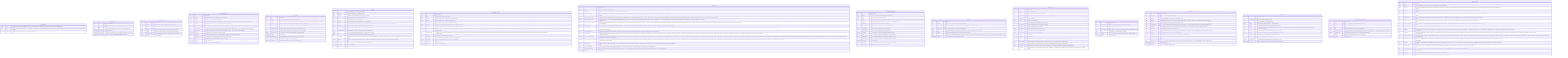
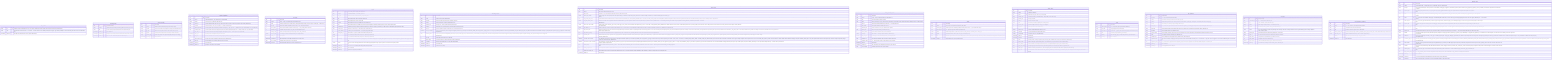
%% Generated by scripts/generate_er.py — do not edit by hand (make er)
erDiagram

    APP_CONFIG {
        string key PK "Config key in lower-snake attribute form (e.g. pdf_extractor). Matches the settings.<key> attribute name and the API path segment. ADR-0053 §2.1."
        string value "Override value as TEXT. NOT NULL — 'a row exists ⇔ override is active'. Reset to default by deleting the row (§3.3). Typed values (bool/float) are stored as their string form and coerced at read. ADR-0053 §2.1."
        timestamptz updated_at "Last write time (audit). Refreshed on every upsert. ADR-0053 §2.1."
    }

    CONVERSATIONS {
        uuid id PK "Conversation identity"
        string vault_id "Logical vault scope (matches pages/edges pattern), from VAULT_ID env var"
        string title "User-set or first-prompt-derived title, NULL until set (ADR-0019 §2.5)"
        timestamptz created_at "Row creation time"
        timestamptz updated_at "Bumped on each chat turn, drives last-active-conversation restore (AC-F6-1)"
        timestamptz deleted_at "NULL = live, set = soft-deleted (ADR-0005 / ADR-0019 §2.5)"
    }

    IMAGE_CAPTIONS {
        uuid id PK "Row identity"
        string vault_id "Vault this cached caption belongs to (per-vault cache scoping)"
        string sha256 "Lowercase hex sha256 of the image file's raw bytes (content-addressed key)"
        string file_path "Relative raw source path last seen for this content (audit, may drift)"
        string caption "Provider-generated caption used as the image's extracted text (R8-2)"
        string provider_type "Backend that produced the caption: local|api|cli (audit only, never routing)"
        timestamptz created_at "Row creation time"
    }

    IMPORT_SCHEDULES {
        uuid id PK "Row identity"
        string vault_id "Logical vault identifier — one schedule row per vault (UNIQUE)"
        boolean enabled "Scheduler is a no-op while false (ADR-0020 §4.1)"
        string source_dir "Container-visible absolute path to scan (e.g. /import). NULL until set by the user. Must be mounted into the container (ADR-0020 §7)."
        string frequency "Scan interval enum: '15m' | '1h' | '6h' | 'daily' (I7 — bounded, ADR-0020 §4.1)"
        string allowed_extensions "Comma-separated file extensions the scheduled scan imports (e.g. '.pdf,.csv'). NULL → default wider set (text + all extractable). P3-c (v1.5, ADR-0068)."
        string excluded_folders "Comma-separated folder names skipped during the scan (matched against path parts). NULL → nothing excluded. P3-c (v1.5, ADR-0068)."
        int max_size_mb "Max file size in MB the scan will import, larger files are skipped (I7). NULL → no size cap. P3-c (v1.5, ADR-0068)."
        timestamptz last_run_at "Timestamp of the last completed scan, NULL if never run"
        string last_status "Outcome of the last scan: 'ok' | 'error' | 'running' | 'skipped_disabled' | 'dir_missing' | NULL (never run)"
        int last_imported_count "Number of files copied (new/changed) during the last scan (ADR-0020 §4.3)"
        string last_error "Human-readable error from the last failed scan, NULL on success"
        timestamptz created_at "Row creation time"
        timestamptz updated_at "Updated on every PUT or scan completion"
    }

    LINT_RUNS {
        uuid id PK "Run identity"
        string vault_id "Scope — string, no vaults table (AQ-v0.5-6, ADR-0037 §3.1)"
        string status "running | completed | error. Defaults 'running', terminal write always in finally (never left 'running' on fall-through — ADR-0037 §4)."
        int max_iter "Iteration cap FROZEN at INSERT from POST body → LINT_MAX_ITER default (I7)"
        int token_budget "Token budget FROZEN at INSERT from POST body → LINT_TOKEN_BUDGET default (I7)"
        int iterations_used "Semantic rounds consumed (0..max_iter), 0 for deterministic-only scans"
        int findings_count "Number of findings emitted by this scan (capped at LINT_MAX_FINDINGS)"
        decimal total_cost_usd "I7 cost ledger, 0.0000 for local/cli (ADR-0009), $1 anomaly threshold"
        timestamptz started_at "Run start time"
        timestamptz completed_at "NULL while running, set in finally block (mirrors deep_research_runs)"
        string error_message "Populated only on status='error', NULL otherwise"
        timestamptz created_at "Row creation time (mirrors deep_research_runs/review_items)"
    }

    PAGES {
        uuid id PK "Page identity, also the Qdrant point id (ADR-0002)"
        string vault_id "Logical vault identifier — from VAULT_ID env var"
        string file_path "Relative path under vault/raw/sources/, join key to filesystem"
        string title "YAML frontmatter 'title', NULL if absent (K6, AC-K6-2/3)"
        string type "YAML frontmatter 'type', NULL if absent (K6)"
        jsonb sources "YAML frontmatter 'sources[]' as JSONB array, NULL if absent (K6)"
        jsonb tags "YAML frontmatter 'tags[]' as JSONB array, NULL if absent (K6 navigation, nashsu/llm_wiki parity). Mirrors 'sources' storage. Migration 0018."
+         string generation_key "Stable identity for corpus-derived comparison/synthesis pages, mirrored as synapse_generation_key in YAML. NULL for ordinary/legacy pages (ADR-0074, 0031)."
        string content_hash "sha256 hex of raw file bytes — authoritative change signal (ADR-0001)"
        int source_mtime_ns "st_mtime_ns at last confirmed index — cheap fast-path gate (ADR-0001)"
        uuid qdrant_point_id "Qdrant point id == pages.id, explicit to allow deliberate divergence later"
        double x "FR x-coordinate (DOUBLE PRECISION), NULL until first layout (ADR-0013)"
        double y "FR y-coordinate (DOUBLE PRECISION), NULL until first layout (ADR-0013)"
        int community "Louvain community id, re-numbered by size (largest=0). NULL until first GraphEngine.recompute() after migration 0020 (G-P0-2). Persisted alongside x/y, exposed in GET /graph nodes (I2)."
        boolean pinned "True when the user manually positioned this node via PATCH /pages/(id)/position. Engine preserves pinned coords across FR recomputes (Feature A)."
        timestamptz deleted_at "NULL = live, set = soft-deleted (ADR-0005), Qdrant point hard-deleted"
        timestamptz created_at "Row creation time"
        timestamptz updated_at "Updated on every upsert (AC-WATCH-3)"
    }

    PROVIDER_CONFIG {
        uuid id PK "Row identity"
        string scope "global | vault | operation (ADR-0008 §2)"
        string operation "ingest | chat | lint, NULL unless scope='operation' (AQ-v0.2-5)"
        string vault_id "NULL at global scope, required at vault/operation scope"
        string provider_type "local | api | cli — selects the InferenceProvider backend (I6)"
        string model_id "Model name (e.g. claude-sonnet-4-6), value lives ONLY in DB rows (AC-F17-8)"
        string base_url "OpenAI-compatible endpoint for ApiProvider, NULL for Anthropic/local default"
        largebinary api_key_encrypted "W1 (F17, §12 amendment). Fernet-encrypted UI-supplied provider API key (master key from SYNAPSE_SECRET_KEY env, app/secrets_crypto.py). NULL = no UI key, the provider layer falls back to env-var keys (ANTHROPIC_API_KEY / OPENAI_API_KEY). The plaintext is NEVER stored and NEVER returned by any endpoint (GET exposes only api_key_configured + a masked hint). Migration 0026."
        string reasoning_effort "W1 (F17). Per-provider reasoning/thinking effort: auto | off | low | medium | high | max | custom. NULL/auto = provider default (no reasoning override). Threaded into the ApiProvider where the backend supports it (Anthropic extended thinking / OpenAI-compatible reasoning_effort), degrade-safe/ignored when unsupported. Migration 0026."
        int max_iter "Orchestrated-loop iteration cap (I7, ADR-0009)"
        int token_budget "Loop token budget (I7), 60000 orchestrated / 100000 cli (ADR-0009)"
        boolean is_fallback "Marks the single fallback row for a scope (ADR-0009 §fallback)"
        timestamptz created_at "Row creation time"
        timestamptz updated_at "Updated on every change"
    }

    VAULT_STATE {
        uuid id PK "Row identity"
        string vault_id "One row per vault, from VAULT_ID env var"
        int data_version "Monotonic, +1 per successful upsert ingest (AC-F16dv-2/4), FA2 debounce signal"
        boolean remote_mcp_enabled "Runtime toggle for the remote (HTTP) MCP surface (ADR-0032 §2.1). Default OFF, requires MCP_AUTH_TOKEN to be set before enabling. Persisted here, read into RemoteMcpFlag cache in main.py at startup."
        string mcp_access_token_hash "Salted PBKDF2-HMAC-SHA256 hash of the UI-set MCP access token (ADR-0033 §2.1). Format: pbkdf2_sha256$<iters>$<salt_b64>$<hash_b64>. NULL = no UI token, env MCP_AUTH_TOKEN is the bootstrap fallback. NEVER stores plaintext. Token shown once at generation time (one-time reveal). DB-hash takes precedence over env bootstrap when set. Migration 0012."
        boolean mcp_allow_without_token "When ON: PRIVATE sources (loopback/CGNAT/RFC1918/link-local/ULA) may reach /mcp/server without a bearer token (ADR-0033 §2.3). PUBLIC sources (Cloudflare tunnel — CF-Connecting-IP/CF-Ray) are NEVER exempted regardless of this flag (fail-safe by construction). Default false — fail-closed. Migration 0012."
        boolean remote_mcp_write_enabled "Runtime toggle for write tools (write_page, resolve_review, trigger_source_rescan) on the HTTP MCP surface (ADR-0072 §1). NULL = not set in DB, env MCP_REMOTE_WRITE_ENABLED is the fallback. When NOT NULL, DB value is authoritative (DB-wins-else-env). Always-register-guard model: write tools are always listed on the HTTP surface but each body checks the effective flag at call time (ADR-0072 §3). Migration 0030."
        boolean clip_enabled_db "Runtime enabled-gate for POST /clip ingress (ADR-0040 §3). NULL = not set in DB, env CLIP_ENABLED is the fallback. When NOT NULL, DB value is authoritative (overrides CLIP_ENABLED env). Migration 0015."
        string clip_access_token "PBKDF2-SHA256 hash of the bearer token for POST /clip (ADR-0040 §2.2 amendment). NOTE: the original migration 0015 comment says 'plaintext' — that is stale. The write path (PUT /clip/config rotate_token) stores the PBKDF2 hash (never the raw token). The raw token is shown exactly once at generation time in generated_token (never stored). Verification uses constant-time _verify_token(). NULL = no DB token, fall back to CLIP_TOKEN env bootstrap or none. When set, DB value wins over CLIP_TOKEN env. NEVER logged. Migration 0015."
        string clip_allowed_origins_db "Comma-separated Origin allowlist for POST /clip (ADR-0040 §3). NULL = fall back to CLIP_ALLOWED_ORIGINS env var. When set, DB value wins over env. Migration 0015."
        string cli_oauth_token "DEPRECATED write path (W7 migration 0027). Legacy plaintext CLI subscription OAuth token column (ADR-0043 §2.1 original). Kept for rollback safety — migration 0027 nulls this column after encrypting the value into cli_oauth_token_encrypted. The read path falls back to this column with a security warning if cli_oauth_token_encrypted is NULL (operator migration path when SYNAPSE_SECRET_KEY was absent at migration time). Will be dropped in a future cleanup migration. Migration 0017."
        largebinary cli_oauth_token_encrypted "W7 (ADR-0043 amendment). Fernet-encrypted CLI subscription OAuth token (master key from SYNAPSE_SECRET_KEY env, app/secrets_crypto.py). Produced on the host by 'claude setup-token' (prefix: sk-ant- + oat01-). NULL = no UI token, env 'CLAUDE_CODE_OAUTH_TOKEN' / 'CLAUDE_CODE_USE_SUBSCRIPTION' govern. When NOT NULL the DB value is authoritative: it is decrypted at startup and injected into the spawned 'claude' CLI env as CLAUDE_CODE_OAUTH_TOKEN. Fernet AES-128-CBC + HMAC-SHA256. Plaintext NEVER stored/logged. Requires SYNAPSE_SECRET_KEY to store (PUT /provider/cli-auth returns 400 when key absent). Fail-closed on tampered ciphertext (decrypt returns None, cache loads None). Migration 0027."
        largebinary web_search_api_keys_encrypted "P3-e (ADR-0071). Fernet-encrypted JSON map (provider: api_key) for the opt-in cloud web-search providers (tavily/serpapi/firecrawl/brave). Master key from SYNAPSE_SECRET_KEY env (app/secrets_crypto.py). NULL = no UI keys, env '(PROVIDER)_API_KEY' govern. When a provider's key is present here the DB value wins over env. Plaintext NEVER stored/logged/returned (GET exposes only a masked posture). Requires SYNAPSE_SECRET_KEY to store (PUT /web-search/provider-keys → 400 when absent). Fail-closed on tampered ciphertext. Migration 0029."
        string searxng_url_db "Runtime SearXNG base URL (ADR-0041 §3). NULL = not set in DB, fall back to SEARXNG_URL env var. When set, DB value wins over env. NOT a secret — returned by GET /web-search/config (no masking). Migration 0016."
        string searxng_categories_db "Comma-separated SearXNG categories (ADR-0041 §3). NULL = not set in DB, fall back to env / code defaults. When set, DB value wins over env. Migration 0016."
        int searxng_max_queries_db "Max SearXNG queries per deep-research iteration (ADR-0041 §3). NULL = not set in DB, fall back to DEEP_RESEARCH_MAX_QUERIES env. When set, DB value wins over env. Migration 0016."
        timestamptz updated_at "Last bump time"
    }

    DEEP_RESEARCH_RUNS {
        uuid id PK "Run identity"
        string vault_id "Scope — string, no vaults table (AQ-v0.5-6, ADR-0024 §7.1)"
        string topic "The research topic provided by the caller"
        string status "running | converged | max_iter_reached | budget_exhausted | error. Defaults 'running', terminal write always in finally (Do-NOT no.7, ADR-0024 §3.2)"
        int max_iter "Iteration cap FROZEN at INSERT from POST body → env default (AQ-v0.5-4)"
        int token_budget "Token budget FROZEN at INSERT (AQ-v0.5-4, I7)"
        int iterations_used "Rounds consumed (1..max_iter), 0 until first round completes"
        jsonb queries_used "Array of every query issued, per round (AC-F10-4c)"
        int sources_fetched "Count of fetched candidate sources across all iterations"
        boolean converged "True iff status == 'converged' (audit convenience, ADR-0024 §7.1)"
        decimal total_cost_usd "I7 cost ledger, 0.0000 for local/cli (ADR-0009), $1 anomaly threshold"
        string synthesis_text "The synthesized markdown, NULL until step 5 completes (AC-F10-4c)"
        uuid synthesis_page_id FK "FK → pages.id created by the re-entrant ingest_file, NULL until done"
        timestamptz started_at "Run start time"
        timestamptz completed_at "NULL while running, set in finally block (mirrors ingest_runs alias rule)"
        string error_message "Populated only on status='error', NULL otherwise"
    }

    EDGES {
        uuid id PK "Row identity"
        string vault_id "Scope edges per vault (matches pages/vault_state pattern)"
        uuid source_page_id FK "Unordered pair stored canonically (smaller UUID first by string sort). FK → pages.id (ADR-0012 / AQ-5)"
        uuid target_page_id FK "FK → pages.id, target of the undirected pair (ADR-0012)"
        double weight "Additive 4-signal weight > 0 (ADR-0012): 3·direct + 4·source_overlap + 1.5·adamic_adar + 1·same_type"
        jsonb signals "Per-signal breakdown ('direct','source','aa','type') for audit (AC-F4-1(e))"
        string kind "Structural edge discriminator: 'link' (direct wikilink present) | 'source' (shared provenance only). ADR-0016 §4. NULL for rows written before migration 0004 (treated as link)."
        timestamptz created_at "Row creation time (set on each recompute batch)"
    }

    INGEST_RUNS {
        uuid id PK "Row identity"
        string vault_id "Vault this run belongs to"
        uuid page_id FK "Originating source page, NULL on a pre-write failure"
        string provider_name "Provider class name (e.g. OllamaProvider) — AUDIT ONLY, never routed on (I6)"
        string provider_type "local | api | cli (audit)"
        string model_id "Resolved model used (audit)"
        string route "orchestrated | delegated (capability-aware routing outcome)"
        int max_iter_used "Iterations actually consumed (1..max_iter), 0 for delegated"
        int total_tokens "input+output tokens across all iterations (I7)"
        decimal total_cost_usd "0.0000 for local/cli (ADR-0009), logged per run (I7)"
        boolean converged "True if a valid batch was produced within max_iter"
        boolean cost_anomaly "True if total_cost_usd > 1.00 (ADR-0009 §3)"
        timestamptz started_at "Run start time"
        timestamptz finished_at "Run finish time"
        string status "Run lifecycle state: running | completed | failed | converged_false. Backfilled from converged for historical rows (ADR-0018 §7)."
        int pages_created "Number of wiki pages persisted during this run. 0 for historical rows, set by orchestrator on new runs (ADR-0018 §7)."
        string error_message "Human-readable error description for failed runs, NULL for completed/running/converged_false rows (ADR-0018 §7)."
+         jsonb page_type_counts "Per-PageType pages created by this run for generation diagnostics, NULL for legacy rows (ADR-0073, migration 0031)."
        string source_path "Relative raw source path (raw/sources/…) the run is ingesting. NULL for historical rows written before migration 0021 (ADR-0046 §1)."
        int retry_count "Times this source has been retried. Enforces MAX_INGEST_RETRIES=3 (I7, ADR-0046 §5). Incremented by the queue manager on each re-dispatch, 0 for the initial attempt."
    }

    LINKS {
        uuid id PK "Row identity"
        uuid source_page_id FK "FK → pages.id, the page that contains the wikilink (K5)"
        string target_title "The [[Target]] title string as written (K5)"
        uuid target_page_id FK "Resolved FK → pages.id, NULL while the target page does not exist (K5, v0.3)"
        string alias "The |alias part of [[Target|alias]], if present (K5)"
        boolean dangling "True when target_page_id is unresolved (AC-K5-5), warn-not-error path"
        timestamptz created_at "Row creation time"
    }

    LINT_FINDINGS {
        uuid id PK "Finding identity"
        uuid lint_run_id FK "FK → lint_runs.id (ON DELETE CASCADE)"
        string vault_id "Denormalised vault scope (matches the run's vault, AQ-v0.5-6)"
        string category "Finding category (ADR-0037 §3.1 enum-by-convention, no DB CHECK): orphan-page | missing-xref | contradiction | stale-claim | missing-page."
        string severity "info | warning | error (advisory, display ordering). ADR-0037 §3.1."
        uuid target_page_id FK "FK → pages.id, the page the finding is about. NULL when none applies (e.g. a missing-page finding about a not-yet-existing title). ADR-0037 §3.1."
        string target_title "The page title the finding concerns (missing-page: title to create, missing-xref: the existing page that should be linked). ADR-0037 §3.1."
        string description "Human-readable 'what is wrong' (ADR-0037 §3.1)."
        string proposed_action "Human-readable description of the fix apply_lint_fix would attempt. NULL for flag-only findings (contradiction/stale-claim/orphan). ADR-0037 §3.1/§5."
        string status "open | applied | dismissed. Defaults 'open' (ADR-0037 §3.1)."
        string resolution_note "How the finding was resolved (apply outcome / dismiss reason). NULL while open."
        string suggested_target "Title of the best matching existing page found by the tolerant resolver at broken-wikilink scan time (exact → case-insensitive → slug). NULL when no suggestion or for non-broken-wikilink categories. L2 / ADR-0037 B1."
        uuid suggested_page_id FK "FK → pages.id, the live page whose title is 'suggested_target'. NULL when no suggestion or for non-broken-wikilink categories. L2 / ADR-0037 B1."
        timestamptz created_at "Row creation time"
        timestamptz reviewed_at "Set on apply/dismiss, NULL while open."
    }

    MESSAGES {
        uuid id PK "Message identity"
        uuid conversation_id FK "FK → conversations.id (ADR-0019 §2.5)"
        string role "'user' | 'assistant' | 'system' (ADR-0019 §2.5)"
        string content "RAW message content, incl. literal <think>…</think> un-mutated (AC-F7-2)"
        jsonb citations "RESERVED for M5 [n] citations, always [] in M4 (ADR-0019 §2.3)"
        jsonb images "B2-C1 image attachments: [(mime, data_base64)] for user messages. NULL when no images attached. Stored so regenerate/history preserves images. Migration: 0024_messages_images."
        string provider_type "Backend that produced an assistant msg (audit), NULL for user/system"
        string model_id "Resolved model that produced an assistant msg (audit), NULL otherwise"
        int input_tokens "Prompt tokens for an assistant turn (I7 persistent cost record)"
        int output_tokens "Completion tokens for an assistant turn (I7)"
        decimal total_cost_usd "0.0000 for local/cli (ADR-0009), logged + returned in done event (I7)"
        timestamptz created_at "Row creation time, messages ordered created_at ASC (ADR-0019 §2.5)"
    }

    DEEP_RESEARCH_SOURCES {
        uuid id PK "Row identity"
        uuid run_id FK "FK → deep_research_runs.id (ON DELETE CASCADE)"
        string url "The fetched source URL (from SearXNG hit)"
        string title "Hit title from SearXNG, may be URL if no title available"
        string fetched_content_md "Extracted markdown (capped at DEEP_RESEARCH_FETCH_MAX_CHARS), NULL on fetch failure (ADR-0024 §4 / Do-NOT no.9)"
        decimal relevance_score "Optional model/heuristic relevance, NULL in Phase 2 (ADR-0024 §11)"
        int iteration "Which round produced this source (1..max_iter), audit trail"
        timestamptz created_at "Row creation time"
    }

    REVIEW_ITEMS {
        uuid id PK "Row identity"
        string vault_id "Logical vault identifier — existing String (no FK, no vaults table). AQ-v0.5-6, ADR-0034 §3.1"
        string item_type "Proposal type (ADR-0034 §3.1 enum-by-convention, no DB CHECK): missing-page | suggestion | contradiction | duplicate | confirm. Old values (new_page/update_page/deep_research_candidate) are obsolete after migration 0013 left-shifts them to skipped."
+         string proposal_origin "Structured proposal provenance: rule | ai | corpus | system | lint | legacy. Application-validated, legacy is the migration/backward-compatible default (ADR-0073, migration 0031)."
        string status "Lifecycle (ADR-0034 §3.1, ADR-0044 adds dismissed): pending | created | skipped | dismissed | deep_researched | auto_resolved. Defaults 'pending'. (approved is gone, Create produces created.)"
        uuid page_id FK "FK → pages.id, the review TARGET: existing page a contradiction/duplicate conflicts with, or source-context page for missing-page/suggestion. NULL when none applies. (ADR-0034 §3.1 — re-documented column)"
        uuid source_page_id FK "FK → pages.id, the page WHOSE INGEST produced this proposal (provenance). Distinct from page_id (the conflicting/target page). Lets the UI show 'proposed while ingesting X'. ADR-0034 §3.1 ADD."
        string proposed_title "The title the LLM proposes to create (required for missing-page, advisory for others). Drives the lazy skeleton (ADR-0034 §5.2) and rule-based sweep title match (§6.2). ADR-0034 §3.1 ADD."
        string proposed_page_type "Inferred PageType for the lazy skeleton: entity|concept|source|synthesis|comparison. NULL → heuristic applied at Create time (ADR-0034 §5.2). source is never a valid Create target. ADR-0034 §3.1 ADD."
        string proposed_dir "Target wiki/ subdir derived from proposed_page_type (DISPLAY ONLY). Recomputed from the final type at Create time — never trusted blindly (ADR-0034 §5.2). ADR-0034 §3.1 ADD."
        string rationale "Short human-readable 'why this matters' (ADR-0034 §3.1 ADD). Replaces the old per-page follow-up questions (pre_generated_query is DROPPED). For suggestion: the gap/follow-up, for contradiction: the conflict description, for confirm: what needs confirming. Used as the topic hint for Deep Research."
        string content_key "16-hex FNV-1a stable digest over vault_id + item_type + normalize(proposed_title) + (target_page_title|page_id) (ADR-0044 §3.2). Makes the queue idempotent across re-ingest: the same logical proposal keeps its content_key and therefore its status. NULL for 'confirm' items (never deduped — every confirmation is a distinct human ask) and legacy rows. Migration 0019."
        jsonb referenced_page_ids "JSON array of page-id STRINGS: the existing pages this proposal is contextually about (plural context set, ADR-0044 §2/§3.1). Bounded (≤ REVIEW_REFERENCED_PAGES_MAX, default 8). Distinct from page_id (single primary conflict) and source_page_id (provenance). Deliberately a JSON array, NOT a junction/FK — stale ids are filtered at render (ADR-0044 §9.2). NULL/[] when none. Migration 0019."
        jsonb search_queries "JSON array of ≤3 pre-generated web-search-query strings (ADR-0044 §2.3), produced by the SAME single proposal call (no extra provider call). Deep Research seeds its topic from search_queries[0], the UI shows them on the card. NULL when none. Migration 0019."
        string resolution "How the item closed (ADR-0034 §3.1 ADD, ADR-0044 adds dismissed): created | skipped | dismissed | researched | rule_resolved | llm_resolved. NULL while pending. Complements status (status records *what* happened, resolution records *how* it was resolved)."
        uuid created_page_id FK "FK → pages.id, the page a successful Create action produced (ADR-0034 §5). NULL while status != 'created'. Distinct from page_id and source_page_id. ADR-0034 §3.1 ADD."
        uuid deep_research_run_id FK "FK → deep_research_runs.id, set when the Deep-Research action fires (AC-F10-5). NULL while status != 'deep_researched'. Unchanged from ADR-0025."
        timestamptz created_at "Row creation time"
        timestamptz reviewed_at "Set on any terminal action (Create/Skip/Deep-Research/auto-resolve), NULL while pending."
        string reviewed_by "'web-ui' for human actions, 'auto-sweep' for the sweep (ADR-0034 §6.2/§6.3). NULL while pending."
    }
